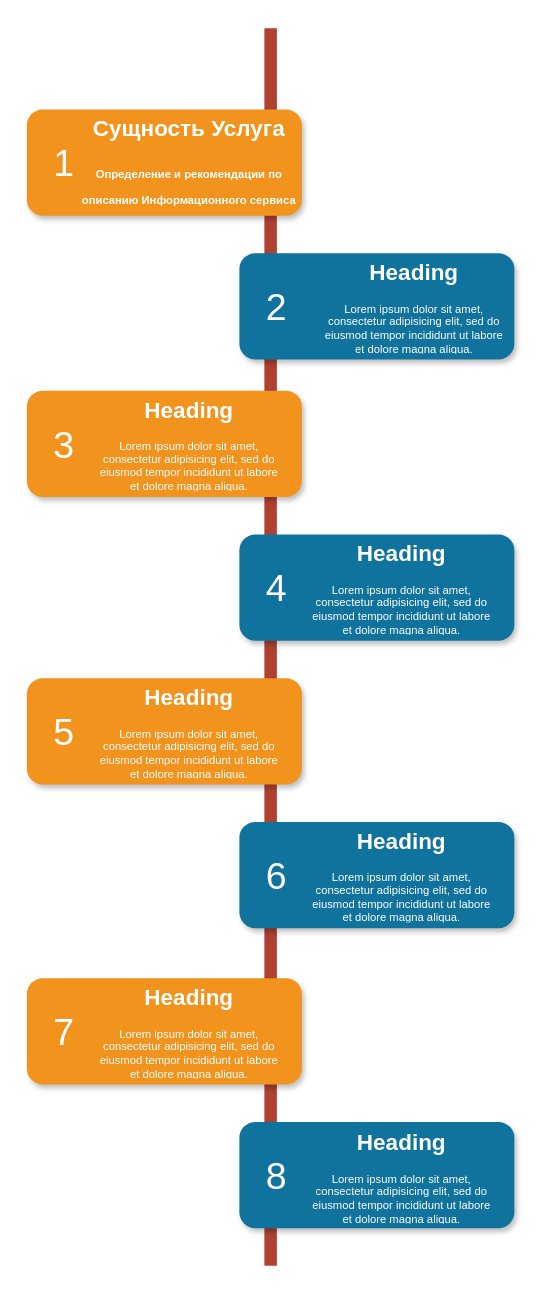
The draw.io diagram Диаграмма без названия.drawio in Scicommunity/TestRepo, before the edit. Source tidied: cells renumbered, new cells numbered last; positions are measured from the earlier drawing's top-left corner, leaving out a move shared by most shapes. Both pictures are drawn from the tidied source at 125%, with x=0, y=0 at pixel (26, 28).
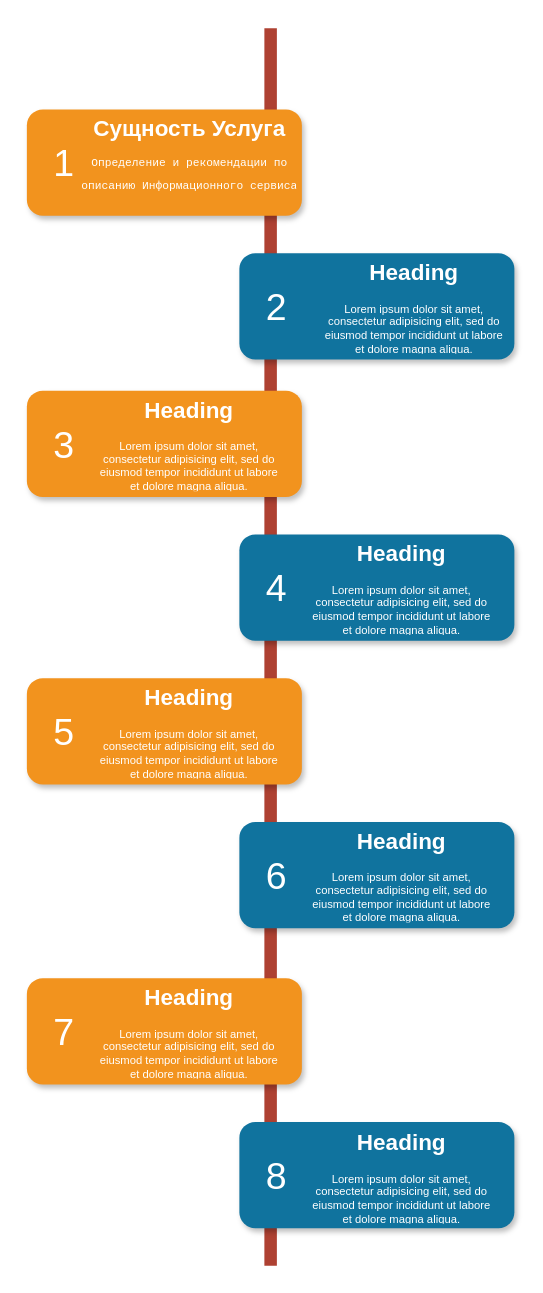
The same diagram, later.

The edit, as a diff of the source:
```diff
@@
-    <mxCell id="19" value="&lt;h1&gt;Сущность Услуга&lt;/h1&gt;&lt;h1 style=&quot;line-height: 100%;&quot;&gt;&lt;font style=&quot;font-size: 9px;&quot;&gt;Определение и рекомендации по описанию Информационного сервиса&lt;/font&gt;&lt;/h1&gt;" style="text;html=1;spacing=5;spacingTop=-20;whiteSpace=wrap;overflow=hidden;strokeColor=none;strokeWidth=4;fillColor=none;gradientColor=#007FFF;fontSize=9;fontColor=#FFFFFF;align=center;" parent="1" vertex="1">
+    <mxCell id="19" value="&lt;h1&gt;Сущность Услуга&lt;/h1&gt;&lt;pre style=&quot;line-height: 100%;&quot;&gt;&lt;font style=&quot;font-size: 9px;&quot;&gt;Определение и рекомендации по&lt;/font&gt;&lt;/pre&gt;&lt;pre style=&quot;line-height: 100%;&quot;&gt;&lt;font style=&quot;font-size: 9px;&quot;&gt;описанию Информационного сервиса&lt;/font&gt;&lt;/pre&gt;" style="text;html=1;spacing=5;spacingTop=-20;whiteSpace=wrap;overflow=hidden;strokeColor=none;strokeWidth=4;fillColor=none;gradientColor=#007FFF;fontSize=9;fontColor=#FFFFFF;align=center;" parent="1" vertex="1">
       <mxGeometry x="40" y="69" width="180" height="77" as="geometry" />
     </mxCell>
```
